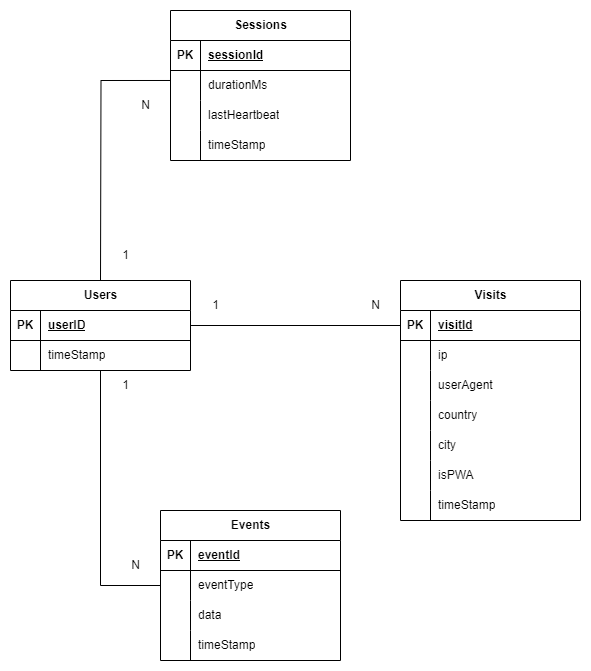
Above: readmeImages/erd.png in pavol-humeny/figurio_BE (draw.io), before the change. Source tidied: cells renumbered, new cells last; positions are measured from the earlier drawing's top-left corner, leaving out a move shared by most shapes. Source of this version:
```xml
<mxGraphModel>
  <root>
    <mxCell id="0" />
    <mxCell id="1" parent="0" />
    <mxCell id="2" style="edgeStyle=orthogonalEdgeStyle;rounded=0;jettySize=auto;html=1;entryX=0;entryY=0.5;entryDx=0;entryDy=0;strokeColor=default;endArrow=none;endFill=0;" parent="1" edge="1" source="4" target="40">
      <mxGeometry relative="1" as="geometry" />
    </mxCell>
    <mxCell id="3" style="edgeStyle=orthogonalEdgeStyle;rounded=0;jettySize=auto;html=1;entryX=0;entryY=0.5;entryDx=0;entryDy=0;endArrow=none;endFill=0;" parent="1" edge="1" source="4" target="15">
      <mxGeometry relative="1" as="geometry" />
    </mxCell>
    <mxCell id="4" value="Users" style="shape=table;startSize=30;rowLines=0;fontStyle=1;align=center;html=1;" parent="1" vertex="1">
      <mxGeometry y="270" width="180" height="90" as="geometry" />
    </mxCell>
    <mxCell id="5" style="shape=tableRow;horizontal=0;startSize=0;swimlaneHead=0;swimlaneBody=0;fillColor=none;points=[[0,0.5],[1,0.5]];portConstraint=eastwest;top=0;left=0;right=0;bottom=1;" parent="4" vertex="1">
      <mxGeometry y="30" width="180" height="30" as="geometry" />
    </mxCell>
    <mxCell id="6" value="PK" style="shape=partialRectangle;fillColor=none;top=0;left=0;bottom=0;right=0;fontStyle=1;overflow=hidden;whiteSpace=wrap;html=1;" parent="5" vertex="1">
      <mxGeometry width="30" height="30" as="geometry" />
    </mxCell>
    <mxCell id="7" value="userID" style="shape=partialRectangle;fillColor=none;top=0;left=0;bottom=0;right=0;align=left;spacingLeft=6;fontStyle=5;overflow=hidden;whiteSpace=wrap;html=1;" parent="5" vertex="1">
      <mxGeometry x="30" width="150" height="30" as="geometry" />
    </mxCell>
    <mxCell id="8" style="shape=tableRow;horizontal=0;startSize=0;swimlaneHead=0;swimlaneBody=0;fillColor=none;top=0;left=0;right=0;bottom=0;" parent="4" vertex="1">
      <mxGeometry y="60" width="180" height="30" as="geometry" />
    </mxCell>
    <mxCell id="9" style="shape=partialRectangle;fillColor=none;top=0;left=0;bottom=0;right=0;overflow=hidden;whiteSpace=wrap;html=1;" parent="8" vertex="1">
      <mxGeometry width="30" height="30" as="geometry" />
    </mxCell>
    <mxCell id="10" value="timeStamp" style="shape=partialRectangle;fillColor=none;top=0;left=0;bottom=0;right=0;align=left;spacingLeft=6;overflow=hidden;whiteSpace=wrap;html=1;" parent="8" vertex="1">
      <mxGeometry x="30" width="150" height="30" as="geometry" />
    </mxCell>
    <mxCell id="11" style="shape=tableRow;horizontal=0;startSize=0;swimlaneHead=0;swimlaneBody=0;fillColor=none;top=0;left=0;right=0;bottom=0;" parent="1" vertex="1">
      <mxGeometry x="70" y="500" width="180" height="30" as="geometry" />
    </mxCell>
    <mxCell id="12" style="shape=partialRectangle;fillColor=none;top=0;left=0;bottom=0;right=0;overflow=hidden;whiteSpace=wrap;html=1;" parent="11" vertex="1">
      <mxGeometry width="30" height="30" as="geometry" />
    </mxCell>
    <mxCell id="13" style="shape=partialRectangle;fillColor=none;top=0;left=0;bottom=0;right=0;align=left;spacingLeft=6;overflow=hidden;whiteSpace=wrap;html=1;" parent="11" vertex="1">
      <mxGeometry x="30" width="150" height="30" as="geometry" />
    </mxCell>
    <mxCell id="14" value="Visits" style="shape=table;startSize=30;rowLines=0;fontStyle=1;align=center;html=1;" parent="1" vertex="1">
      <mxGeometry x="390" y="270" width="180" height="240" as="geometry" />
    </mxCell>
    <mxCell id="15" style="shape=tableRow;horizontal=0;startSize=0;swimlaneHead=0;swimlaneBody=0;fillColor=none;points=[[0,0.5],[1,0.5]];portConstraint=eastwest;top=0;left=0;right=0;bottom=1;" parent="14" vertex="1">
      <mxGeometry y="30" width="180" height="30" as="geometry" />
    </mxCell>
    <mxCell id="16" value="PK" style="shape=partialRectangle;fillColor=none;top=0;left=0;bottom=0;right=0;fontStyle=1;overflow=hidden;whiteSpace=wrap;html=1;" parent="15" vertex="1">
      <mxGeometry width="30" height="30" as="geometry" />
    </mxCell>
    <mxCell id="17" value="visitId" style="shape=partialRectangle;fillColor=none;top=0;left=0;bottom=0;right=0;align=left;spacingLeft=6;fontStyle=5;overflow=hidden;whiteSpace=wrap;html=1;" parent="15" vertex="1">
      <mxGeometry x="30" width="150" height="30" as="geometry" />
    </mxCell>
    <mxCell id="18" style="shape=tableRow;horizontal=0;startSize=0;swimlaneHead=0;swimlaneBody=0;fillColor=none;top=0;left=0;right=0;bottom=0;" parent="14" vertex="1">
      <mxGeometry y="60" width="180" height="30" as="geometry" />
    </mxCell>
    <mxCell id="19" style="shape=partialRectangle;fillColor=none;top=0;left=0;bottom=0;right=0;overflow=hidden;whiteSpace=wrap;html=1;" parent="18" vertex="1">
      <mxGeometry width="30" height="30" as="geometry" />
    </mxCell>
    <mxCell id="20" value="ip" style="shape=partialRectangle;fillColor=none;top=0;left=0;bottom=0;right=0;align=left;spacingLeft=6;overflow=hidden;whiteSpace=wrap;html=1;" parent="18" vertex="1">
      <mxGeometry x="30" width="150" height="30" as="geometry" />
    </mxCell>
    <mxCell id="21" style="shape=tableRow;horizontal=0;startSize=0;swimlaneHead=0;swimlaneBody=0;fillColor=none;top=0;left=0;right=0;bottom=0;" parent="14" vertex="1">
      <mxGeometry y="90" width="180" height="30" as="geometry" />
    </mxCell>
    <mxCell id="22" style="shape=partialRectangle;fillColor=none;top=0;left=0;bottom=0;right=0;overflow=hidden;whiteSpace=wrap;html=1;" parent="21" vertex="1">
      <mxGeometry width="30" height="30" as="geometry" />
    </mxCell>
    <mxCell id="23" value="userAgent" style="shape=partialRectangle;fillColor=none;top=0;left=0;bottom=0;right=0;align=left;spacingLeft=6;overflow=hidden;whiteSpace=wrap;html=1;" parent="21" vertex="1">
      <mxGeometry x="30" width="150" height="30" as="geometry" />
    </mxCell>
    <mxCell id="24" style="shape=tableRow;horizontal=0;startSize=0;swimlaneHead=0;swimlaneBody=0;fillColor=none;top=0;left=0;right=0;bottom=0;" parent="14" vertex="1">
      <mxGeometry y="120" width="180" height="30" as="geometry" />
    </mxCell>
    <mxCell id="25" style="shape=partialRectangle;fillColor=none;top=0;left=0;bottom=0;right=0;overflow=hidden;whiteSpace=wrap;html=1;" parent="24" vertex="1">
      <mxGeometry width="30" height="30" as="geometry" />
    </mxCell>
    <mxCell id="26" value="country" style="shape=partialRectangle;fillColor=none;top=0;left=0;bottom=0;right=0;align=left;spacingLeft=6;overflow=hidden;whiteSpace=wrap;html=1;" parent="24" vertex="1">
      <mxGeometry x="30" width="150" height="30" as="geometry" />
    </mxCell>
    <mxCell id="27" style="shape=tableRow;horizontal=0;startSize=0;swimlaneHead=0;swimlaneBody=0;fillColor=none;top=0;left=0;right=0;bottom=0;" parent="14" vertex="1">
      <mxGeometry y="150" width="180" height="30" as="geometry" />
    </mxCell>
    <mxCell id="28" style="shape=partialRectangle;fillColor=none;top=0;left=0;bottom=0;right=0;overflow=hidden;whiteSpace=wrap;html=1;" parent="27" vertex="1">
      <mxGeometry width="30" height="30" as="geometry" />
    </mxCell>
    <mxCell id="29" value="city" style="shape=partialRectangle;fillColor=none;top=0;left=0;bottom=0;right=0;align=left;spacingLeft=6;overflow=hidden;whiteSpace=wrap;html=1;" parent="27" vertex="1">
      <mxGeometry x="30" width="150" height="30" as="geometry" />
    </mxCell>
    <mxCell id="30" style="shape=tableRow;horizontal=0;startSize=0;swimlaneHead=0;swimlaneBody=0;fillColor=none;top=0;left=0;right=0;bottom=0;" parent="14" vertex="1">
      <mxGeometry y="180" width="180" height="30" as="geometry" />
    </mxCell>
    <mxCell id="31" style="shape=partialRectangle;fillColor=none;top=0;left=0;bottom=0;right=0;overflow=hidden;whiteSpace=wrap;html=1;" parent="30" vertex="1">
      <mxGeometry width="30" height="30" as="geometry" />
    </mxCell>
    <mxCell id="32" value="isPWA" style="shape=partialRectangle;fillColor=none;top=0;left=0;bottom=0;right=0;align=left;spacingLeft=6;overflow=hidden;whiteSpace=wrap;html=1;" parent="30" vertex="1">
      <mxGeometry x="30" width="150" height="30" as="geometry" />
    </mxCell>
    <mxCell id="33" style="shape=tableRow;horizontal=0;startSize=0;swimlaneHead=0;swimlaneBody=0;fillColor=none;top=0;left=0;right=0;bottom=0;" parent="14" vertex="1">
      <mxGeometry y="210" width="180" height="30" as="geometry" />
    </mxCell>
    <mxCell id="34" style="shape=partialRectangle;fillColor=none;top=0;left=0;bottom=0;right=0;overflow=hidden;whiteSpace=wrap;html=1;" parent="33" vertex="1">
      <mxGeometry width="30" height="30" as="geometry" />
    </mxCell>
    <mxCell id="35" value="timeStamp" style="shape=partialRectangle;fillColor=none;top=0;left=0;bottom=0;right=0;align=left;spacingLeft=6;overflow=hidden;whiteSpace=wrap;html=1;" parent="33" vertex="1">
      <mxGeometry x="30" width="150" height="30" as="geometry" />
    </mxCell>
    <mxCell id="36" value="Events" style="shape=table;startSize=30;rowLines=0;fontStyle=1;align=center;html=1;" parent="1" vertex="1">
      <mxGeometry x="150" y="500" width="180" height="150" as="geometry" />
    </mxCell>
    <mxCell id="37" style="shape=tableRow;horizontal=0;startSize=0;swimlaneHead=0;swimlaneBody=0;fillColor=none;top=0;left=0;right=0;bottom=1;" parent="36" vertex="1">
      <mxGeometry y="30" width="180" height="30" as="geometry" />
    </mxCell>
    <mxCell id="38" value="PK" style="shape=partialRectangle;fillColor=none;top=0;left=0;bottom=0;right=0;fontStyle=1;overflow=hidden;whiteSpace=wrap;html=1;" parent="37" vertex="1">
      <mxGeometry width="30" height="30" as="geometry" />
    </mxCell>
    <mxCell id="39" value="eventId" style="shape=partialRectangle;fillColor=none;top=0;left=0;bottom=0;right=0;align=left;spacingLeft=6;fontStyle=5;overflow=hidden;whiteSpace=wrap;html=1;" parent="37" vertex="1">
      <mxGeometry x="30" width="150" height="30" as="geometry" />
    </mxCell>
    <mxCell id="40" style="shape=tableRow;horizontal=0;startSize=0;swimlaneHead=0;swimlaneBody=0;fillColor=none;points=[[0,0.5],[1,0.5]];portConstraint=eastwest;top=0;left=0;right=0;bottom=0;" parent="36" vertex="1">
      <mxGeometry y="60" width="180" height="30" as="geometry" />
    </mxCell>
    <mxCell id="41" style="shape=partialRectangle;fillColor=none;top=0;left=0;bottom=0;right=0;overflow=hidden;whiteSpace=wrap;html=1;" parent="40" vertex="1">
      <mxGeometry width="30" height="30" as="geometry" />
    </mxCell>
    <mxCell id="42" value="eventType" style="shape=partialRectangle;fillColor=none;top=0;left=0;bottom=0;right=0;align=left;spacingLeft=6;overflow=hidden;whiteSpace=wrap;html=1;" parent="40" vertex="1">
      <mxGeometry x="30" width="150" height="30" as="geometry" />
    </mxCell>
    <mxCell id="43" style="shape=tableRow;horizontal=0;startSize=0;swimlaneHead=0;swimlaneBody=0;fillColor=none;top=0;left=0;right=0;bottom=0;" parent="36" vertex="1">
      <mxGeometry y="90" width="180" height="30" as="geometry" />
    </mxCell>
    <mxCell id="44" style="shape=partialRectangle;fillColor=none;top=0;left=0;bottom=0;right=0;overflow=hidden;whiteSpace=wrap;html=1;" parent="43" vertex="1">
      <mxGeometry width="30" height="30" as="geometry" />
    </mxCell>
    <mxCell id="45" value="data" style="shape=partialRectangle;fillColor=none;top=0;left=0;bottom=0;right=0;align=left;spacingLeft=6;overflow=hidden;whiteSpace=wrap;html=1;" parent="43" vertex="1">
      <mxGeometry x="30" width="150" height="30" as="geometry" />
    </mxCell>
    <mxCell id="46" style="shape=tableRow;horizontal=0;startSize=0;swimlaneHead=0;swimlaneBody=0;fillColor=none;top=0;left=0;right=0;bottom=0;" parent="36" vertex="1">
      <mxGeometry y="120" width="180" height="30" as="geometry" />
    </mxCell>
    <mxCell id="47" style="shape=partialRectangle;fillColor=none;top=0;left=0;bottom=0;right=0;overflow=hidden;whiteSpace=wrap;html=1;" parent="46" vertex="1">
      <mxGeometry width="30" height="30" as="geometry" />
    </mxCell>
    <mxCell id="48" value="timeStamp" style="shape=partialRectangle;fillColor=none;top=0;left=0;bottom=0;right=0;align=left;spacingLeft=6;overflow=hidden;whiteSpace=wrap;html=1;" parent="46" vertex="1">
      <mxGeometry x="30" width="150" height="30" as="geometry" />
    </mxCell>
    <mxCell id="49" value="1" style="text;html=1;align=center;verticalAlign=middle;strokeColor=none;fillColor=none;" parent="1" vertex="1">
      <mxGeometry x="100" y="360" width="30" height="30" as="geometry" />
    </mxCell>
    <mxCell id="50" value="N" style="text;html=1;align=center;verticalAlign=middle;strokeColor=none;fillColor=none;" parent="1" vertex="1">
      <mxGeometry x="110" y="540" width="30" height="30" as="geometry" />
    </mxCell>
    <mxCell id="51" value="1" style="text;html=1;align=center;verticalAlign=middle;strokeColor=none;fillColor=none;" parent="1" vertex="1">
      <mxGeometry x="190" y="280" width="30" height="30" as="geometry" />
    </mxCell>
    <mxCell id="52" value="N" style="text;html=1;align=center;verticalAlign=middle;strokeColor=none;fillColor=none;" parent="1" vertex="1">
      <mxGeometry x="350" y="280" width="30" height="30" as="geometry" />
    </mxCell>
    <mxCell id="53" value="Sessions" style="shape=table;startSize=30;rowLines=0;fontStyle=1;align=center;html=1;" parent="1" vertex="1">
      <mxGeometry x="160" width="180" height="150" as="geometry" />
    </mxCell>
    <mxCell id="54" style="shape=tableRow;horizontal=0;startSize=0;swimlaneHead=0;swimlaneBody=0;fillColor=none;top=0;left=0;right=0;bottom=1;" parent="53" vertex="1">
      <mxGeometry y="30" width="180" height="30" as="geometry" />
    </mxCell>
    <mxCell id="55" value="PK" style="shape=partialRectangle;fillColor=none;top=0;left=0;bottom=0;right=0;fontStyle=1;overflow=hidden;whiteSpace=wrap;html=1;" parent="54" vertex="1">
      <mxGeometry width="30" height="30" as="geometry" />
    </mxCell>
    <mxCell id="56" value="sessionId" style="shape=partialRectangle;fillColor=none;top=0;left=0;bottom=0;right=0;align=left;spacingLeft=6;fontStyle=5;overflow=hidden;whiteSpace=wrap;html=1;" parent="54" vertex="1">
      <mxGeometry x="30" width="150" height="30" as="geometry" />
    </mxCell>
    <mxCell id="57" style="shape=tableRow;horizontal=0;startSize=0;swimlaneHead=0;swimlaneBody=0;fillColor=none;points=[[0,0.5],[1,0.5]];portConstraint=eastwest;top=0;left=0;right=0;bottom=0;" parent="53" vertex="1">
      <mxGeometry y="60" width="180" height="30" as="geometry" />
    </mxCell>
    <mxCell id="58" style="shape=partialRectangle;fillColor=none;top=0;left=0;bottom=0;right=0;overflow=hidden;whiteSpace=wrap;html=1;" parent="57" vertex="1">
      <mxGeometry width="30" height="30" as="geometry" />
    </mxCell>
    <mxCell id="59" value="durationMs " style="shape=partialRectangle;fillColor=none;top=0;left=0;bottom=0;right=0;align=left;spacingLeft=6;overflow=hidden;whiteSpace=wrap;html=1;" parent="57" vertex="1">
      <mxGeometry x="30" width="150" height="30" as="geometry" />
    </mxCell>
    <mxCell id="60" style="shape=tableRow;horizontal=0;startSize=0;swimlaneHead=0;swimlaneBody=0;fillColor=none;top=0;left=0;right=0;bottom=0;" parent="53" vertex="1">
      <mxGeometry y="90" width="180" height="30" as="geometry" />
    </mxCell>
    <mxCell id="61" style="shape=partialRectangle;fillColor=none;top=0;left=0;bottom=0;right=0;overflow=hidden;whiteSpace=wrap;html=1;" parent="60" vertex="1">
      <mxGeometry width="30" height="30" as="geometry" />
    </mxCell>
    <mxCell id="62" value="lastHeartbeat" style="shape=partialRectangle;fillColor=none;top=0;left=0;bottom=0;right=0;align=left;spacingLeft=6;overflow=hidden;whiteSpace=wrap;html=1;" parent="60" vertex="1">
      <mxGeometry x="30" width="150" height="30" as="geometry" />
    </mxCell>
    <mxCell id="63" style="shape=tableRow;horizontal=0;startSize=0;swimlaneHead=0;swimlaneBody=0;fillColor=none;top=0;left=0;right=0;bottom=0;" parent="53" vertex="1">
      <mxGeometry y="120" width="180" height="30" as="geometry" />
    </mxCell>
    <mxCell id="64" style="shape=partialRectangle;fillColor=none;top=0;left=0;bottom=0;right=0;overflow=hidden;whiteSpace=wrap;html=1;" parent="63" vertex="1">
      <mxGeometry width="30" height="30" as="geometry" />
    </mxCell>
    <mxCell id="65" value="timeStamp" style="shape=partialRectangle;fillColor=none;top=0;left=0;bottom=0;right=0;align=left;spacingLeft=6;overflow=hidden;whiteSpace=wrap;html=1;" parent="63" vertex="1">
      <mxGeometry x="30" width="150" height="30" as="geometry" />
    </mxCell>
    <mxCell id="66" style="edgeStyle=orthogonalEdgeStyle;rounded=0;jettySize=auto;html=1;entryX=0;entryY=0.5;entryDx=0;entryDy=0;strokeColor=default;endArrow=none;endFill=0;exitX=0;exitY=0.333;exitDx=0;exitDy=0;exitPerimeter=0;" parent="1" edge="1" source="57">
      <mxGeometry relative="1" as="geometry">
        <mxPoint x="90" y="270" as="targetPoint" />
      </mxGeometry>
    </mxCell>
    <mxCell id="67" value="1" style="text;html=1;align=center;verticalAlign=middle;strokeColor=none;fillColor=none;" parent="1" vertex="1">
      <mxGeometry x="100" y="230" width="30" height="30" as="geometry" />
    </mxCell>
    <mxCell id="68" value="N" style="text;html=1;align=center;verticalAlign=middle;strokeColor=none;fillColor=none;" parent="1" vertex="1">
      <mxGeometry x="120" y="80" width="30" height="30" as="geometry" />
    </mxCell>
  </root>
</mxGraphModel>
```
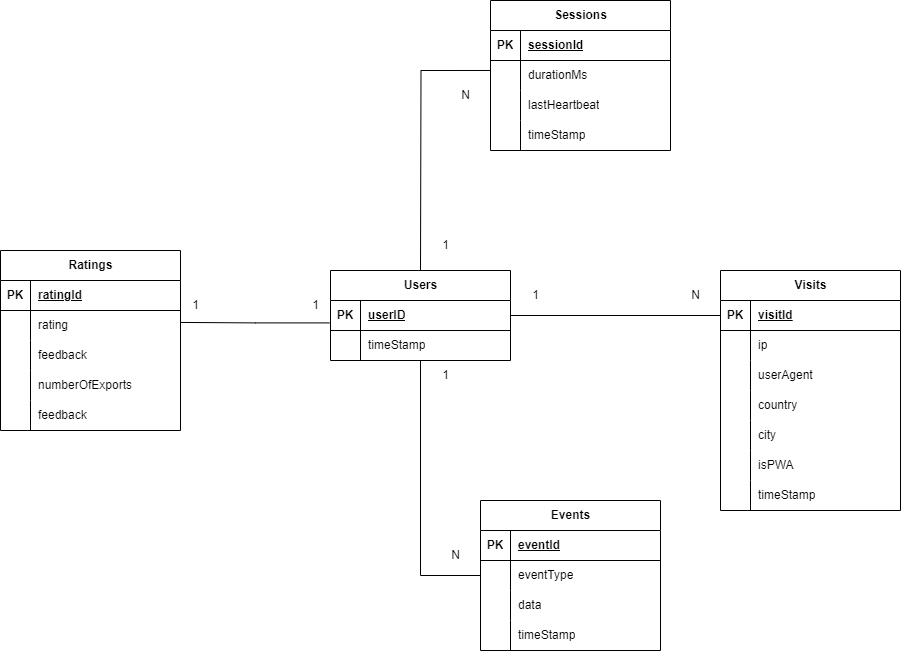
After the commit.

What changed in the source:
```diff
@@ -205,5 +205,62 @@
     <mxCell id="68" value="N" style="text;html=1;align=center;verticalAlign=middle;strokeColor=none;fillColor=none;" parent="1" vertex="1">
       <mxGeometry x="120" y="80" width="30" height="30" as="geometry" />
     </mxCell>
+    <mxCell id="69" value="Ratings" style="shape=table;startSize=30;rowLines=0;fontStyle=1;align=center;html=1;" parent="1" vertex="1">
+      <mxGeometry x="-330" y="250" width="180" height="180" as="geometry" />
+    </mxCell>
+    <mxCell id="70" style="shape=tableRow;horizontal=0;startSize=0;swimlaneHead=0;swimlaneBody=0;fillColor=none;top=0;left=0;right=0;bottom=1;" parent="69" vertex="1">
+      <mxGeometry y="30" width="180" height="30" as="geometry" />
+    </mxCell>
+    <mxCell id="71" value="PK" style="shape=partialRectangle;fillColor=none;top=0;left=0;bottom=0;right=0;fontStyle=1;overflow=hidden;whiteSpace=wrap;html=1;" parent="70" vertex="1">
+      <mxGeometry width="30" height="30" as="geometry" />
+    </mxCell>
+    <mxCell id="72" value="ratingId" style="shape=partialRectangle;fillColor=none;top=0;left=0;bottom=0;right=0;align=left;spacingLeft=6;fontStyle=5;overflow=hidden;whiteSpace=wrap;html=1;" parent="70" vertex="1">
+      <mxGeometry x="30" width="150" height="30" as="geometry" />
+    </mxCell>
+    <mxCell id="73" style="shape=tableRow;horizontal=0;startSize=0;swimlaneHead=0;swimlaneBody=0;fillColor=none;points=[[0,0.5],[1,0.5]];portConstraint=eastwest;top=0;left=0;right=0;bottom=0;" parent="69" vertex="1">
+      <mxGeometry y="60" width="180" height="30" as="geometry" />
+    </mxCell>
+    <mxCell id="74" style="shape=partialRectangle;fillColor=none;top=0;left=0;bottom=0;right=0;overflow=hidden;whiteSpace=wrap;html=1;" parent="73" vertex="1">
+      <mxGeometry width="30" height="30" as="geometry" />
+    </mxCell>
+    <mxCell id="75" value="rating" style="shape=partialRectangle;fillColor=none;top=0;left=0;bottom=0;right=0;align=left;spacingLeft=6;overflow=hidden;whiteSpace=wrap;html=1;" parent="73" vertex="1">
+      <mxGeometry x="30" width="150" height="30" as="geometry" />
+    </mxCell>
+    <mxCell id="76" style="shape=tableRow;horizontal=0;startSize=0;swimlaneHead=0;swimlaneBody=0;fillColor=none;top=0;left=0;right=0;bottom=0;" parent="69" vertex="1">
+      <mxGeometry y="90" width="180" height="30" as="geometry" />
+    </mxCell>
+    <mxCell id="77" style="shape=partialRectangle;fillColor=none;top=0;left=0;bottom=0;right=0;overflow=hidden;whiteSpace=wrap;html=1;" parent="76" vertex="1">
+      <mxGeometry width="30" height="30" as="geometry" />
+    </mxCell>
+    <mxCell id="78" value="feedback" style="shape=partialRectangle;fillColor=none;top=0;left=0;bottom=0;right=0;align=left;spacingLeft=6;overflow=hidden;whiteSpace=wrap;html=1;" parent="76" vertex="1">
+      <mxGeometry x="30" width="150" height="30" as="geometry" />
+    </mxCell>
+    <mxCell id="79" style="shape=tableRow;horizontal=0;startSize=0;swimlaneHead=0;swimlaneBody=0;fillColor=none;top=0;left=0;right=0;bottom=0;" parent="69" vertex="1">
+      <mxGeometry y="120" width="180" height="30" as="geometry" />
+    </mxCell>
+    <mxCell id="80" style="shape=partialRectangle;fillColor=none;top=0;left=0;bottom=0;right=0;overflow=hidden;whiteSpace=wrap;html=1;" parent="79" vertex="1">
+      <mxGeometry width="30" height="30" as="geometry" />
+    </mxCell>
+    <mxCell id="81" value="numberOfExports" style="shape=partialRectangle;fillColor=none;top=0;left=0;bottom=0;right=0;align=left;spacingLeft=6;overflow=hidden;whiteSpace=wrap;html=1;" parent="79" vertex="1">
+      <mxGeometry x="30" width="150" height="30" as="geometry" />
+    </mxCell>
+    <mxCell id="82" style="shape=tableRow;horizontal=0;startSize=0;swimlaneHead=0;swimlaneBody=0;fillColor=none;top=0;left=0;right=0;bottom=0;" parent="69" vertex="1">
+      <mxGeometry y="150" width="180" height="30" as="geometry" />
+    </mxCell>
+    <mxCell id="83" style="shape=partialRectangle;fillColor=none;top=0;left=0;bottom=0;right=0;overflow=hidden;whiteSpace=wrap;html=1;" parent="82" vertex="1">
+      <mxGeometry width="30" height="30" as="geometry" />
+    </mxCell>
+    <mxCell id="84" value="feedback" style="shape=partialRectangle;fillColor=none;top=0;left=0;bottom=0;right=0;align=left;spacingLeft=6;overflow=hidden;whiteSpace=wrap;html=1;" parent="82" vertex="1">
+      <mxGeometry x="30" width="150" height="30" as="geometry" />
+    </mxCell>
+    <mxCell id="85" style="edgeStyle=orthogonalEdgeStyle;rounded=0;jettySize=auto;html=1;entryX=0.999;entryY=0.398;entryDx=0;entryDy=0;strokeColor=default;endArrow=none;endFill=0;exitX=-0.006;exitY=0.747;exitDx=0;exitDy=0;exitPerimeter=0;entryPerimeter=0;" parent="1" edge="1" source="5" target="73">
+      <mxGeometry relative="1" as="geometry" />
+    </mxCell>
+    <mxCell id="86" value="1" style="text;html=1;align=center;verticalAlign=middle;strokeColor=none;fillColor=none;" parent="1" vertex="1">
+      <mxGeometry x="-30" y="290" width="30" height="30" as="geometry" />
+    </mxCell>
+    <mxCell id="87" value="1" style="text;html=1;align=center;verticalAlign=middle;strokeColor=none;fillColor=none;" parent="1" vertex="1">
+      <mxGeometry x="-150" y="290" width="30" height="30" as="geometry" />
+    </mxCell>
   </root>
 </mxGraphModel>
```
